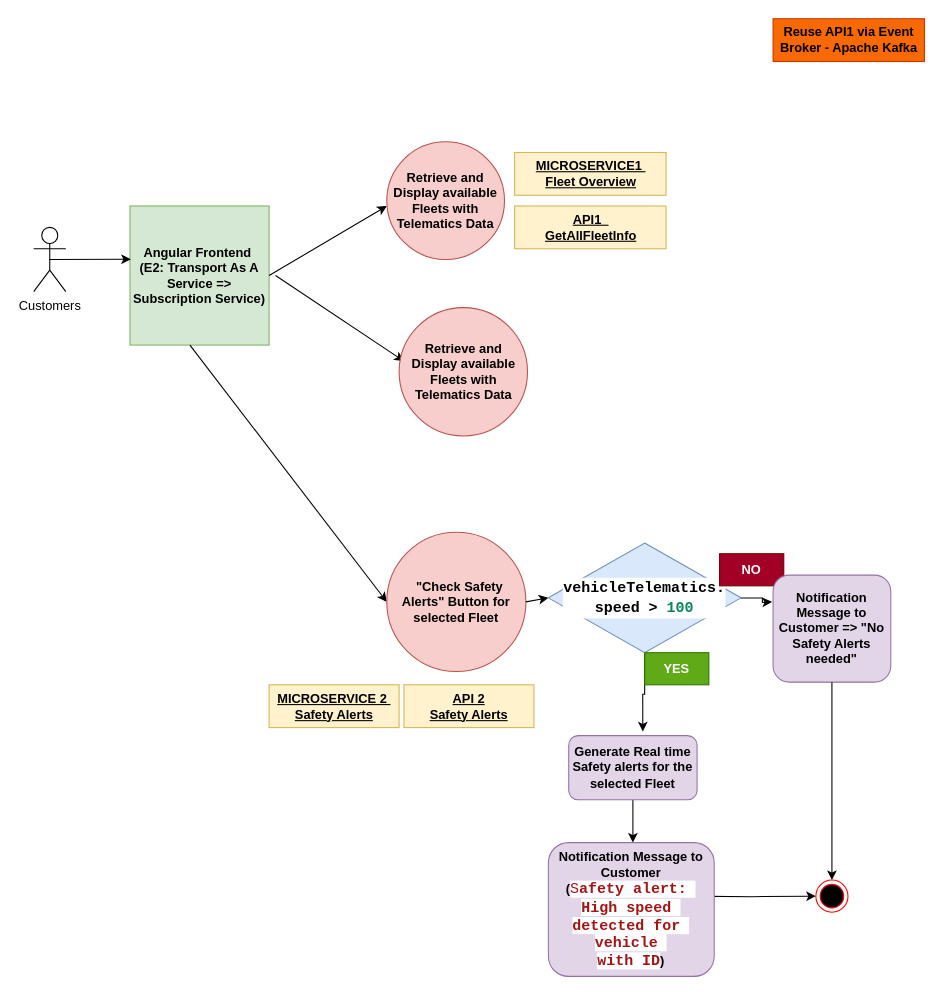
This is Subscription Service.drawio from atheeswaran/Dissertation_VehicleAPIPlatform, a draw.io file, before an edit. Source tidied: cells renumbered, new cells numbered last; positions are measured from the earlier drawing's top-left corner, leaving out a move shared by most shapes. Both pictures are drawn from the tidied source at 107%, with x=0, y=0 at pixel (33, 18).
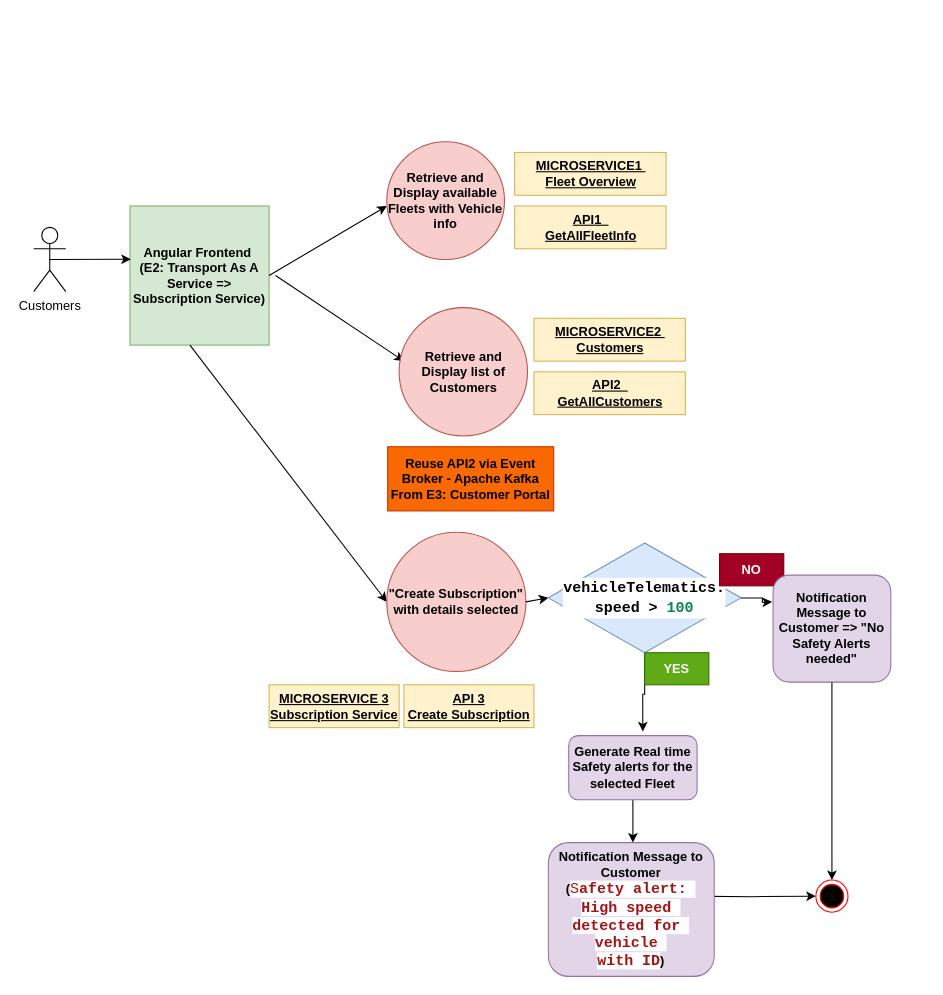
The same page after the edit.

Change to the diagram source:
```diff
@@
-    <mxCell id="6" value="&lt;b&gt;Retrieve and Display available Fleets with Telematics Data&lt;/b&gt;" style="ellipse;whiteSpace=wrap;html=1;fillColor=#f8cecc;strokeColor=#b85450;" parent="1" vertex="1">
+    <mxCell id="6" value="&lt;b&gt;Retrieve and Display available Fleets with Vehicle info&lt;/b&gt;" style="ellipse;whiteSpace=wrap;html=1;fillColor=#f8cecc;strokeColor=#b85450;" parent="1" vertex="1">
       <mxGeometry x="330" y="115" width="110" height="110" as="geometry" />
     </mxCell>
@@
-    <mxCell id="8" value="&lt;b&gt;&amp;nbsp; &quot;Check Safety Alerts&quot; Button for selected Fleet&lt;/b&gt;" style="ellipse;whiteSpace=wrap;html=1;fillColor=#f8cecc;strokeColor=#b85450;" parent="1" vertex="1">
+    <mxCell id="8" value="&lt;b&gt;&quot;Create Subscription&quot; with details selected&lt;/b&gt;" style="ellipse;whiteSpace=wrap;html=1;fillColor=#f8cecc;strokeColor=#b85450;" parent="1" vertex="1">
       <mxGeometry x="330" y="480" width="130" height="130" as="geometry" />
     </mxCell>
@@
-    <mxCell id="22" value="&lt;b&gt;&lt;u&gt;MICROSERVICE 2&amp;nbsp; Safety Alerts&lt;/u&gt;&lt;/b&gt;" style="text;html=1;strokeColor=#d6b656;fillColor=#fff2cc;align=center;verticalAlign=middle;whiteSpace=wrap;rounded=0;" parent="1" vertex="1">
+    <mxCell id="22" value="&lt;b&gt;&lt;u&gt;MICROSERVICE 3 Subscription Service&lt;/u&gt;&lt;/b&gt;" style="text;html=1;strokeColor=#d6b656;fillColor=#fff2cc;align=center;verticalAlign=middle;whiteSpace=wrap;rounded=0;" parent="1" vertex="1">
       <mxGeometry x="220" y="622.5" width="121.5" height="40" as="geometry" />
     </mxCell>
@@
-    <mxCell id="24" value="&lt;b&gt;&lt;u&gt;API 2&lt;/u&gt;&lt;/b&gt;&lt;div&gt;&lt;b&gt;&lt;u&gt;Safety Alerts&lt;/u&gt;&lt;/b&gt;&lt;/div&gt;" style="text;html=1;strokeColor=#d6b656;fillColor=#fff2cc;align=center;verticalAlign=middle;whiteSpace=wrap;rounded=0;" parent="1" vertex="1">
+    <mxCell id="24" value="&lt;b&gt;&lt;u&gt;API 3&lt;/u&gt;&lt;/b&gt;&lt;div&gt;&lt;b&gt;&lt;u&gt;Create Subscription&lt;/u&gt;&lt;/b&gt;&lt;/div&gt;" style="text;html=1;strokeColor=#d6b656;fillColor=#fff2cc;align=center;verticalAlign=middle;whiteSpace=wrap;rounded=0;" parent="1" vertex="1">
       <mxGeometry x="346" y="622.5" width="121.5" height="40" as="geometry" />
     </mxCell>
@@
-    <mxCell id="26" value="&lt;b&gt;Reuse API1 via Event Broker - Apache Kafka&lt;/b&gt;" style="text;html=1;strokeColor=#C73500;fillColor=#fa6800;align=center;verticalAlign=middle;whiteSpace=wrap;rounded=0;fontColor=#000000;" parent="1" vertex="1">
-      <mxGeometry x="691" width="141.5" height="40" as="geometry" />
+    <mxCell id="26" value="&lt;b&gt;Reuse API2 via Event Broker - Apache Kafka From E3: Customer Portal&lt;/b&gt;" style="text;html=1;strokeColor=#C73500;fillColor=#fa6800;align=center;verticalAlign=middle;whiteSpace=wrap;rounded=0;fontColor=#000000;" parent="1" vertex="1">
+      <mxGeometry x="330.8" y="400" width="155.2" height="60" as="geometry" />
     </mxCell>
@@
-    <mxCell id="28" value="&lt;b&gt;Retrieve and Display available Fleets with Telematics Data&lt;/b&gt;" style="ellipse;whiteSpace=wrap;html=1;fillColor=#f8cecc;strokeColor=#b85450;" parent="1" vertex="1">
+    <mxCell id="28" value="&lt;b&gt;Retrieve and Display list of Customers&lt;/b&gt;" style="ellipse;whiteSpace=wrap;html=1;fillColor=#f8cecc;strokeColor=#b85450;" parent="1" vertex="1">
       <mxGeometry x="341.5" y="270" width="120" height="120" as="geometry" />
     </mxCell>
+    <mxCell id="29" value="&lt;b&gt;&lt;u&gt;MICROSERVICE2&amp;nbsp;&lt;/u&gt;&lt;/b&gt;&lt;div&gt;&lt;b&gt;&lt;u&gt;Customers&lt;/u&gt;&lt;/b&gt;&lt;/div&gt;" style="text;html=1;strokeColor=#d6b656;fillColor=#fff2cc;align=center;verticalAlign=middle;whiteSpace=wrap;rounded=0;" parent="1" vertex="1">
+      <mxGeometry x="467.5" y="280" width="141.5" height="40" as="geometry" />
+    </mxCell>
+    <mxCell id="30" value="&lt;b&gt;&lt;u&gt;API2&amp;nbsp;&amp;nbsp;&lt;/u&gt;&lt;/b&gt;&lt;div&gt;&lt;b&gt;&lt;u&gt;GetAllCustomers&lt;/u&gt;&lt;/b&gt;&lt;/div&gt;" style="text;html=1;strokeColor=#d6b656;fillColor=#fff2cc;align=center;verticalAlign=middle;whiteSpace=wrap;rounded=0;" parent="1" vertex="1">
+      <mxGeometry x="467.5" y="330" width="141.5" height="40" as="geometry" />
+    </mxCell>
```
